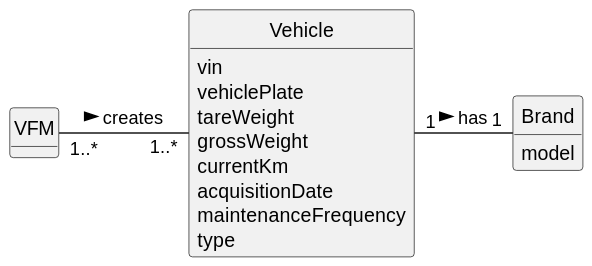
This is docs/sprintB/us006/02.analysis/svg/us006-domain-model.svg from ricardomm7/leaflink, a PlantUML export, as it was before one commit.
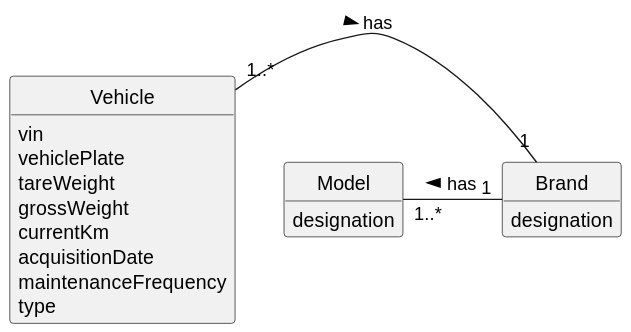
Above is the later version.

The edit, as a diff of the source:
```diff
@@ -9,8 +9,6 @@
 hide circle
 hide methods
 
-class VFM {
-}
 
 class Vehicle {
 vin
@@ -24,9 +22,13 @@
 }
 
 class Brand {
-model
+    designation
 }
 
-VFM "1..*" - "1..*" Vehicle : creates  >
-Vehicle "1" - "1" Brand : has >
+class Model {
+    designation
+}
+
+Vehicle "1..*" - "1" Brand : has >
+Model "1..*" -"1" Brand: has <
 @enduml
```
